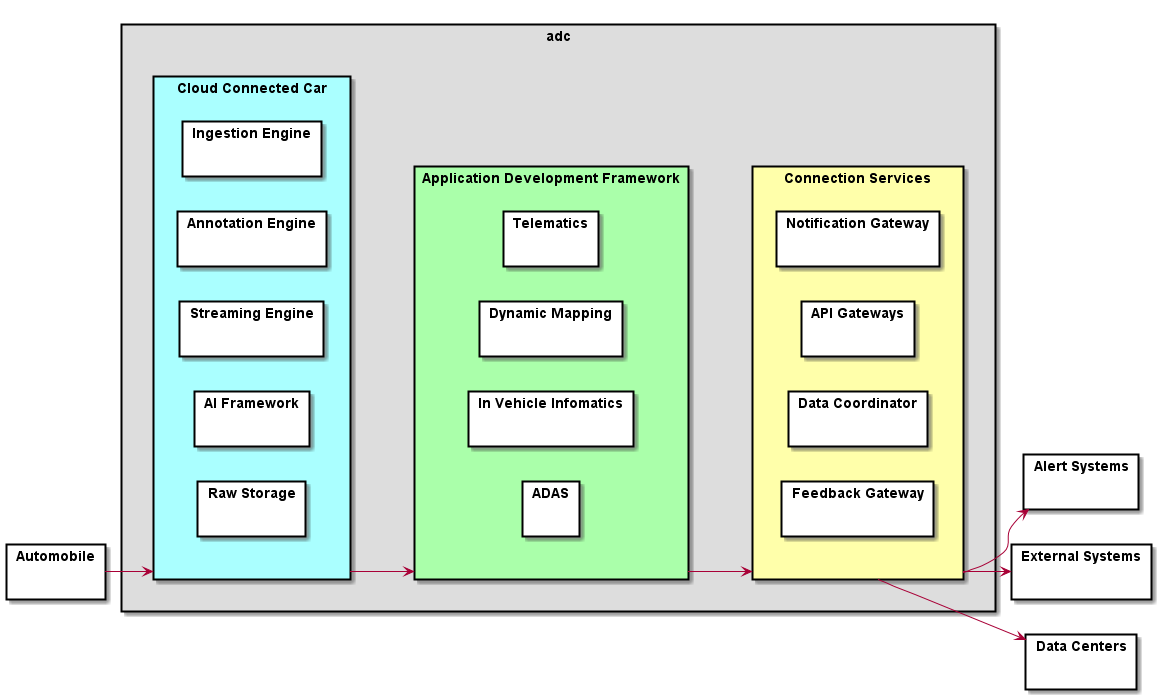
Before: docs/Architecture.png, a diagram exported from PlantUML (CAADE/ADC). Its diagram source:
```plantuml
@startuml

skinparam packageStyle rect

top to bottom direction
package adc  #dddddd {
    package "Cloud Connected Car" #aaffff {
      package "Ingestion Engine" {
      }
      package "Annotation Engine" {
      }
      package "Streaming Engine" {
      }
      package "AI Framework" {
      }
      package "Raw Storage" {
      }
    }

    package "Application Development Framework" #aaffaa {
      package "Telematics" {}
      package "Dynamic Mapping" {}
      package "In Vehicle Infomatics" {}
      package "ADAS" {}

    }

    package "Connection Services" #ffffaa {
      package "Notification Gateway" {
      }
      package "API Gateways" {
      }
      package "Data Coordinator" {
      }
      package "Feedback Gateway" {
      }
    }
}

package "Alert Systems" { }
package "External Systems" { }
package "Data Centers" { }
package "Automobile" { }

"Cloud Connected Car" --> "Application Development Framework"
"Application Development Framework" --> "Connection Services"
left to right direction
"Connection Services" --> "Alert Systems"
"Connection Services" --> "External Systems"
"Connection Services" --> "Data Centers"
"Automobile" --> "Cloud Connected Car"

@enduml
```
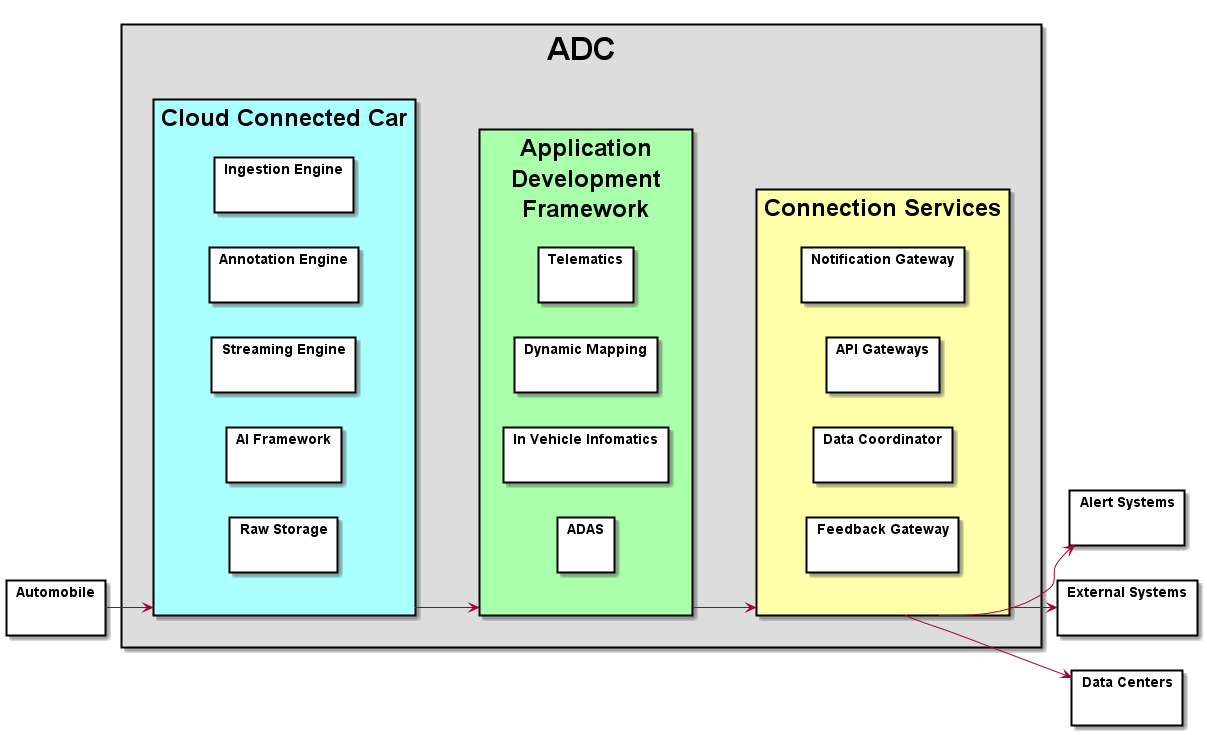
Above is the later version.

Diff of the diagram source:
```diff
@@ -3,8 +3,8 @@
 skinparam packageStyle rect
 
 top to bottom direction
-package adc  #dddddd {
-    package "Cloud Connected Car" #aaffff {
+package <size:32>ADC</size>  #dddddd {
+    package "<size:24>Cloud Connected Car</size>" as CCC #aaffff {
       package "Ingestion Engine" {
       }
       package "Annotation Engine" {
@@ -17,7 +17,7 @@
       }
     }
 
-    package "Application Development Framework" #aaffaa {
+    package "<size:24>Application</size>\n<size:24>Development</size>\n<size:24>Framework</size>" as ADF #aaffaa {
       package "Telematics" {}
       package "Dynamic Mapping" {}
       package "In Vehicle Infomatics" {}
@@ -25,7 +25,7 @@
 
     }
 
-    package "Connection Services" #ffffaa {
+    package "<size:24>Connection Services</size>" as CS #ffffaa {
       package "Notification Gateway" {
       }
       package "API Gateways" {
@@ -42,12 +42,12 @@
 package "Data Centers" { }
 package "Automobile" { }
 
-"Cloud Connected Car" --> "Application Development Framework"
-"Application Development Framework" --> "Connection Services"
+CCC --> ADF
+ADF --> CS
 left to right direction
-"Connection Services" --> "Alert Systems"
-"Connection Services" --> "External Systems"
-"Connection Services" --> "Data Centers"
-"Automobile" --> "Cloud Connected Car"
+CS --> "Alert Systems"
+CS --> "External Systems"
+CS --> "Data Centers"
+"Automobile" --> CCC
 
 @enduml
```
